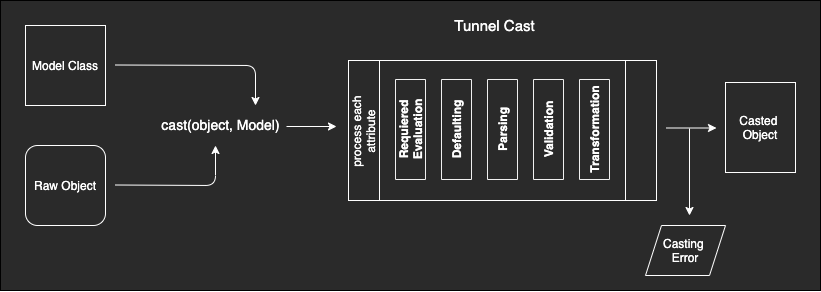
Above: packages/tunnel-cast/docs/casting-process-lean.png in OfirTheOne/tunnel-cast-modules (draw.io), before the change. Source tidied: cells renumbered, new cells last; positions are measured from the earlier drawing's top-left corner, leaving out a move shared by most shapes.
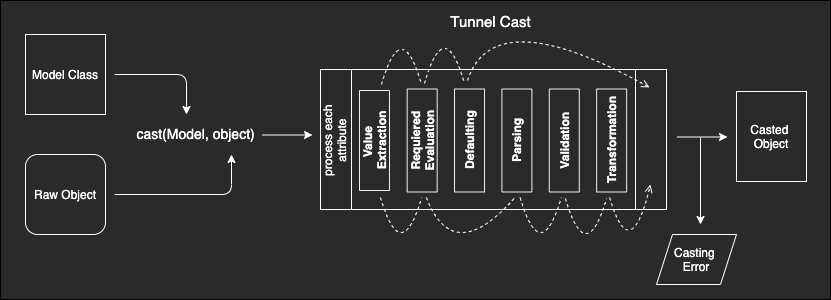
The same diagram one commit later.

Change to the diagram source:
```diff
@@ -3,85 +3,163 @@
     <mxCell id="0" />
     <mxCell id="1" parent="0" />
     <mxCell id="2" style="rounded=0;whiteSpace=wrap;html=1;fillColor=#2A2A2A;" parent="1" vertex="1">
-      <mxGeometry width="820" height="290" as="geometry" />
+      <mxGeometry y="5" width="830" height="299" as="geometry" />
     </mxCell>
     <mxCell id="3" value="&lt;span style=&quot;font-style: normal&quot;&gt;&lt;font color=&quot;#ffffff&quot;&gt;Tunnel Cast&lt;/font&gt;&lt;/span&gt;" style="text;html=1;align=center;verticalAlign=middle;strokeWidth=1;fontSize=15;fontStyle=2;" parent="1" vertex="1">
-      <mxGeometry x="444" y="15" width="100" height="20" as="geometry" />
+      <mxGeometry x="440" y="16" width="100" height="20" as="geometry" />
     </mxCell>
     <mxCell id="4" style="group;" parent="1" vertex="1">
-      <mxGeometry x="25" y="25" width="770" height="250" as="geometry" />
+      <mxGeometry x="31" y="39" width="770" height="250" as="geometry" />
     </mxCell>
     <mxCell id="5" value="&lt;font color=&quot;#ffffff&quot;&gt;Raw Object&lt;/font&gt;" style="rounded=1;whiteSpace=wrap;html=1;fillColor=#2A2A2A;strokeColor=#FFFFFF;" parent="4" vertex="1">
-      <mxGeometry y="120" width="80" height="80" as="geometry" />
+      <mxGeometry x="-6" y="120" width="80" height="80" as="geometry" />
     </mxCell>
     <mxCell id="6" style="endArrow=classic;html=1;verticalAlign=middle;strokeColor=#FFFFFF;" parent="4" edge="1">
       <mxGeometry relative="1" as="geometry">
-        <mxPoint x="90" y="39.5" as="sourcePoint" />
-        <mxPoint x="230" y="80" as="targetPoint" />
+        <mxPoint x="83" y="40" as="sourcePoint" />
+        <mxPoint x="155" y="80" as="targetPoint" />
         <Array as="points">
-          <mxPoint x="230" y="40" />
+          <mxPoint x="155" y="40" />
         </Array>
       </mxGeometry>
     </mxCell>
     <mxCell id="7" value="&lt;font color=&quot;#ffffff&quot;&gt;Model Class&lt;/font&gt;" style="whiteSpace=wrap;html=1;fillColor=#2A2A2A;strokeColor=#FFFFFF;" parent="4" vertex="1">
-      <mxGeometry width="80" height="80" as="geometry" />
+      <mxGeometry x="-6" width="80" height="80" as="geometry" />
     </mxCell>
     <mxCell id="8" style="endArrow=classic;html=1;strokeColor=#FFFFFF;" parent="4" edge="1">
       <mxGeometry relative="1" as="geometry">
-        <mxPoint x="90" y="159.5" as="sourcePoint" />
-        <mxPoint x="190" y="120" as="targetPoint" />
+        <mxPoint x="83" y="160" as="sourcePoint" />
+        <mxPoint x="200" y="120" as="targetPoint" />
         <Array as="points">
-          <mxPoint x="190" y="160" />
+          <mxPoint x="200" y="160" />
         </Array>
       </mxGeometry>
     </mxCell>
-    <mxCell id="9" value="&lt;font style=&quot;font-size: 14px&quot; color=&quot;#ffffff&quot;&gt;cast(object, Model)&lt;/font&gt;" style="text;html=1;align=center;verticalAlign=middle;" parent="4" vertex="1">
-      <mxGeometry x="130" y="89" width="130" height="20" as="geometry" />
+    <mxCell id="9" value="&lt;font style=&quot;font-size: 14px&quot; color=&quot;#ffffff&quot;&gt;cast(&lt;/font&gt;&lt;span style=&quot;color: rgb(255 , 255 , 255) ; font-size: 14px&quot;&gt;Model,&amp;nbsp;&lt;/span&gt;&lt;font style=&quot;font-size: 14px&quot; color=&quot;#ffffff&quot;&gt;object)&amp;nbsp;&lt;/font&gt;" style="text;html=1;align=center;verticalAlign=middle;" parent="4" vertex="1">
+      <mxGeometry x="96" y="89" width="140" height="20" as="geometry" />
     </mxCell>
     <mxCell id="10" style="endArrow=classic;html=1;strokeColor=#FFFFFF;" parent="4" edge="1">
       <mxGeometry relative="1" as="geometry">
-        <mxPoint x="261" y="101" as="sourcePoint" />
-        <mxPoint x="311" y="101" as="targetPoint" />
+        <mxPoint x="231" y="100.5" as="sourcePoint" />
+        <mxPoint x="281" y="100.5" as="targetPoint" />
       </mxGeometry>
     </mxCell>
     <mxCell id="11" style="endArrow=classic;html=1;fontColor=#FFFFFF;fontSize=12;strokeColor=#FFFFFF;" parent="4" edge="1">
       <mxGeometry relative="1" as="geometry">
-        <mxPoint x="641" y="102.5" as="sourcePoint" />
-        <mxPoint x="691" y="102.5" as="targetPoint" />
+        <mxPoint x="646" y="102.5" as="sourcePoint" />
+        <mxPoint x="696" y="102.5" as="targetPoint" />
       </mxGeometry>
     </mxCell>
     <mxCell id="12" value="&lt;font color=&quot;#ffffff&quot;&gt;&lt;span&gt;Casted&amp;nbsp;&lt;/span&gt;&lt;br&gt;&lt;span&gt;Object&lt;/span&gt;&lt;/font&gt;" style="rounded=0;whiteSpace=wrap;html=1;fillColor=#2A2A2A;strokeColor=#FFFFFF;" parent="4" vertex="1">
-      <mxGeometry x="700" y="57" width="70" height="90" as="geometry" />
+      <mxGeometry x="705" y="57" width="70" height="90" as="geometry" />
     </mxCell>
     <mxCell id="13" style="endArrow=classic;html=1;fontSize=12;fontColor=#FFFFFF;strokeColor=#FFFFFF;" parent="4" edge="1">
       <mxGeometry relative="1" as="geometry">
-        <mxPoint x="664" y="103" as="sourcePoint" />
-        <mxPoint x="664" y="190" as="targetPoint" />
+        <mxPoint x="669" y="103" as="sourcePoint" />
+        <mxPoint x="669" y="190" as="targetPoint" />
       </mxGeometry>
     </mxCell>
     <mxCell id="14" value="&lt;font color=&quot;#ffffff&quot;&gt;Casting &lt;br&gt;Error&lt;/font&gt;" style="shape=parallelogram;perimeter=parallelogramPerimeter;whiteSpace=wrap;html=1;strokeWidth=1;fontSize=12;fillColor=#2A2A2A;strokeColor=#FFFFFF;" parent="4" vertex="1">
-      <mxGeometry x="620" y="200" width="80" height="50" as="geometry" />
+      <mxGeometry x="625" y="200" width="80" height="50" as="geometry" />
     </mxCell>
+    <mxCell id="22" style="group;" parent="1" vertex="1">
+      <mxGeometry x="320" y="74" width="346" height="140" as="geometry" />
+    </mxCell>
-    <mxCell id="15" style="shape=process;whiteSpace=wrap;html=1;backgroundOutline=1;strokeColor=#FFFFFF;fillColor=#2A2A2A;" parent="1" vertex="1">
-      <mxGeometry x="348" y="60" width="308" height="140" as="geometry" />
+    <mxCell id="15" style="shape=process;whiteSpace=wrap;html=1;backgroundOutline=1;strokeColor=#FFFFFF;fillColor=#2A2A2A;size=0.08928571428571429;" parent="22" vertex="1">
+      <mxGeometry width="346" height="140" as="geometry" />
     </mxCell>
-    <mxCell id="16" value="&lt;font color=&quot;#ffffff&quot;&gt;process each&amp;nbsp;&lt;br style=&quot;font-size: 12px&quot;&gt;attribute&amp;nbsp;&lt;/font&gt;" style="text;html=1;align=center;verticalAlign=middle;fontSize=12;rotation=270;" parent="1" vertex="1">
-      <mxGeometry x="318" y="115" width="90" height="30" as="geometry" />
+    <mxCell id="16" value="&lt;font color=&quot;#ffffff&quot;&gt;process each&amp;nbsp;&lt;br style=&quot;font-size: 12px&quot;&gt;attribute&amp;nbsp;&lt;/font&gt;" style="text;html=1;align=center;verticalAlign=middle;fontSize=12;rotation=270;" parent="22" vertex="1">
+      <mxGeometry x="-30.9" y="55" width="90" height="30" as="geometry" />
     </mxCell>
-    <mxCell id="17" value="&lt;b&gt;Parsing&lt;/b&gt;" style="rounded=0;whiteSpace=wrap;html=1;strokeColor=#F0F0F0;rotation=-90;fillColor=#2A2A2A;fontColor=#FFFFFF;" parent="1" vertex="1">
-      <mxGeometry x="452" y="114" width="100" height="30" as="geometry" />
+    <mxCell id="17" value="&lt;b&gt;Parsing&lt;/b&gt;" style="rounded=0;whiteSpace=wrap;html=1;strokeColor=#F0F0F0;rotation=-90;fillColor=#2A2A2A;fontColor=#FFFFFF;" parent="22" vertex="1">
+      <mxGeometry x="144.9" y="56" width="103" height="30" as="geometry" />
     </mxCell>
-    <mxCell id="18" value="&lt;b&gt;Validation&lt;/b&gt;" style="rounded=0;whiteSpace=wrap;html=1;strokeColor=#F0F0F0;rotation=-90;fillColor=#2A2A2A;fontColor=#FFFFFF;" parent="1" vertex="1">
-      <mxGeometry x="498" y="114" width="100" height="30" as="geometry" />
+    <mxCell id="18" value="&lt;b&gt;Validation&lt;/b&gt;" style="rounded=0;whiteSpace=wrap;html=1;strokeColor=#F0F0F0;rotation=-90;fillColor=#2A2A2A;fontColor=#FFFFFF;" parent="22" vertex="1">
+      <mxGeometry x="192.3" y="56" width="103" height="30" as="geometry" />
     </mxCell>
-    <mxCell id="19" value="&lt;b&gt;Transformation&lt;/b&gt;" style="rounded=0;whiteSpace=wrap;html=1;strokeColor=#F0F0F0;rotation=-90;fillColor=#2A2A2A;fontColor=#FFFFFF;" parent="1" vertex="1">
-      <mxGeometry x="544" y="114" width="100" height="30" as="geometry" />
+    <mxCell id="19" value="&lt;b&gt;Transformation&lt;/b&gt;" style="rounded=0;whiteSpace=wrap;html=1;strokeColor=#F0F0F0;rotation=-90;fillColor=#2A2A2A;fontColor=#FFFFFF;" parent="22" vertex="1">
+      <mxGeometry x="239.7" y="56" width="103" height="30" as="geometry" />
     </mxCell>
-    <mxCell id="20" value="&lt;b&gt;Requiered Evaluation&lt;/b&gt;" style="rounded=0;whiteSpace=wrap;html=1;strokeColor=#F0F0F0;rotation=-90;fillColor=#2A2A2A;fontColor=#FFFFFF;" parent="1" vertex="1">
-      <mxGeometry x="360" y="114" width="100" height="30" as="geometry" />
+    <mxCell id="20" value="&lt;b&gt;Requiered Evaluation&lt;/b&gt;" style="rounded=0;whiteSpace=wrap;html=1;strokeColor=#F0F0F0;rotation=-90;fillColor=#2A2A2A;fontColor=#FFFFFF;" parent="22" vertex="1">
+      <mxGeometry x="50.2" y="56" width="103" height="30" as="geometry" />
     </mxCell>
-    <mxCell id="21" value="&lt;b&gt;Defaulting&lt;/b&gt;" style="rounded=0;whiteSpace=wrap;html=1;strokeColor=#F0F0F0;rotation=-90;fillColor=#2A2A2A;fontColor=#FFFFFF;" parent="1" vertex="1">
-      <mxGeometry x="406" y="114" width="100" height="30" as="geometry" />
+    <mxCell id="21" value="&lt;b&gt;Defaulting&lt;/b&gt;" style="rounded=0;whiteSpace=wrap;html=1;strokeColor=#F0F0F0;rotation=-90;fillColor=#2A2A2A;fontColor=#FFFFFF;" parent="22" vertex="1">
+      <mxGeometry x="97.6" y="56" width="103" height="30" as="geometry" />
     </mxCell>
+    <mxCell id="23" style="endArrow=open;dashed=1;html=1;curved=1;endFill=0;strokeColor=#FFFFFF;" parent="22" edge="1">
+      <mxGeometry relative="1" as="geometry">
+        <mxPoint x="289.2" y="128" as="sourcePoint" />
+        <mxPoint x="330" y="115" as="targetPoint" />
+        <Array as="points">
+          <mxPoint x="309.7" y="198" />
+        </Array>
+      </mxGeometry>
+    </mxCell>
+    <mxCell id="24" style="endArrow=none;dashed=1;html=1;curved=1;strokeColor=#FFFFFF;" parent="22" edge="1">
+      <mxGeometry relative="1" as="geometry">
+        <mxPoint x="244.9" y="129" as="sourcePoint" />
+        <mxPoint x="286.1" y="129" as="targetPoint" />
+        <Array as="points">
+          <mxPoint x="265.5" y="199" />
+        </Array>
+      </mxGeometry>
+    </mxCell>
+    <mxCell id="25" style="endArrow=none;dashed=1;html=1;curved=1;strokeColor=#FFFFFF;" parent="22" edge="1">
+      <mxGeometry relative="1" as="geometry">
+        <mxPoint x="199.6" y="128" as="sourcePoint" />
+        <mxPoint x="240.8" y="128" as="targetPoint" />
+        <Array as="points">
+          <mxPoint x="220.2" y="198" />
+        </Array>
+      </mxGeometry>
+    </mxCell>
+    <mxCell id="26" style="endArrow=none;dashed=1;html=1;curved=1;strokeColor=#FFFFFF;" parent="22" edge="1">
+      <mxGeometry relative="1" as="geometry">
+        <mxPoint x="105.9" y="128" as="sourcePoint" />
+        <mxPoint x="194.5" y="128" as="targetPoint" />
+        <Array as="points">
+          <mxPoint x="132.7" y="198" />
+        </Array>
+      </mxGeometry>
+    </mxCell>
+    <mxCell id="27" value="&lt;b&gt;Value &lt;br&gt;Extraction&lt;/b&gt;" style="rounded=0;whiteSpace=wrap;html=1;strokeColor=#F0F0F0;rotation=-90;fillColor=#2A2A2A;fontColor=#FFFFFF;" parent="22" vertex="1">
+      <mxGeometry x="4" y="56" width="100" height="30" as="geometry" />
+    </mxCell>
+    <mxCell id="28" style="endArrow=none;dashed=1;html=1;curved=1;strokeColor=#FFFFFF;" parent="1" edge="1">
+      <mxGeometry relative="1" as="geometry">
+        <mxPoint x="424" y="88" as="sourcePoint" />
+        <mxPoint x="464" y="88" as="targetPoint" />
+        <Array as="points">
+          <mxPoint x="444" y="18" />
+        </Array>
+      </mxGeometry>
+    </mxCell>
+    <mxCell id="29" style="endArrow=open;dashed=1;html=1;curved=1;entryX=0.948;entryY=0.107;entryDx=0;entryDy=0;entryPerimeter=0;endFill=0;strokeColor=#FFFFFF;" parent="1" edge="1">
+      <mxGeometry relative="1" as="geometry">
+        <mxPoint x="467" y="85" as="sourcePoint" />
+        <mxPoint x="649" y="92" as="targetPoint" />
+        <Array as="points">
+          <mxPoint x="493" y="5" />
+        </Array>
+      </mxGeometry>
+    </mxCell>
+    <mxCell id="30" style="endArrow=none;dashed=1;html=1;curved=1;strokeColor=#FFFFFF;" parent="1" edge="1">
+      <mxGeometry relative="1" as="geometry">
+        <mxPoint x="380" y="202" as="sourcePoint" />
+        <mxPoint x="421.2" y="202" as="targetPoint" />
+        <Array as="points">
+          <mxPoint x="400.6" y="272" />
+        </Array>
+      </mxGeometry>
+    </mxCell>
+    <mxCell id="31" style="endArrow=none;dashed=1;html=1;curved=1;strokeColor=#FFFFFF;" parent="1" edge="1">
+      <mxGeometry relative="1" as="geometry">
+        <mxPoint x="381" y="89" as="sourcePoint" />
+        <mxPoint x="421" y="89" as="targetPoint" />
+        <Array as="points">
+          <mxPoint x="401" y="19" />
+        </Array>
+      </mxGeometry>
+    </mxCell>
   </root>
 </mxGraphModel>
```
